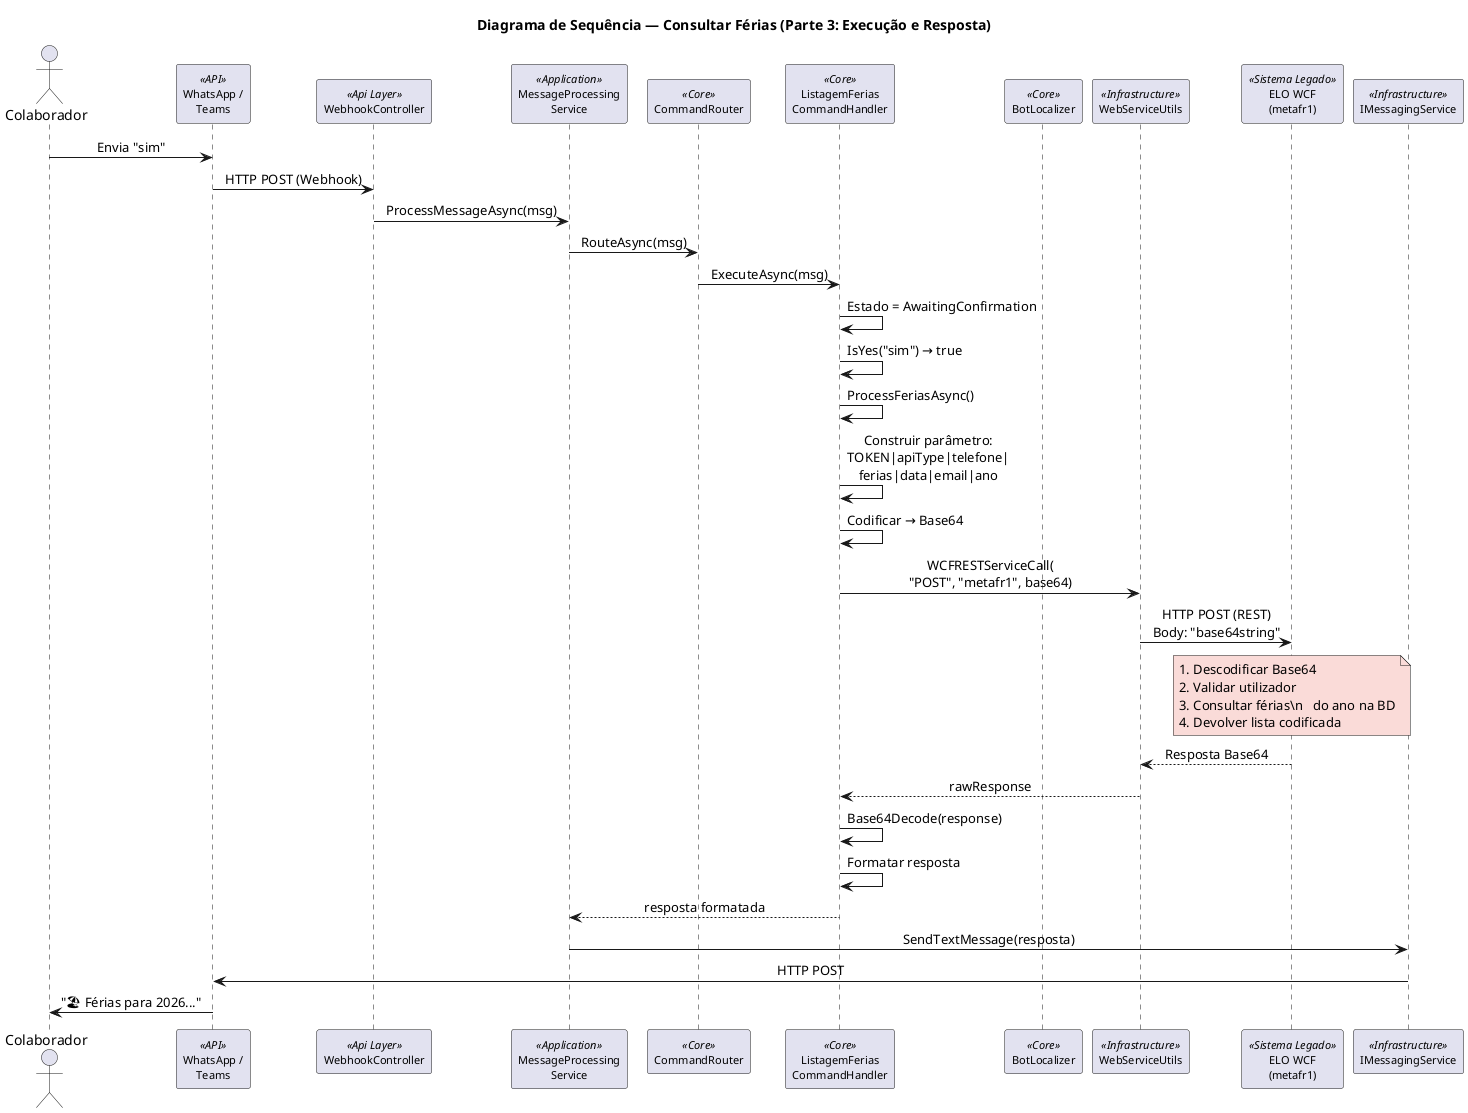
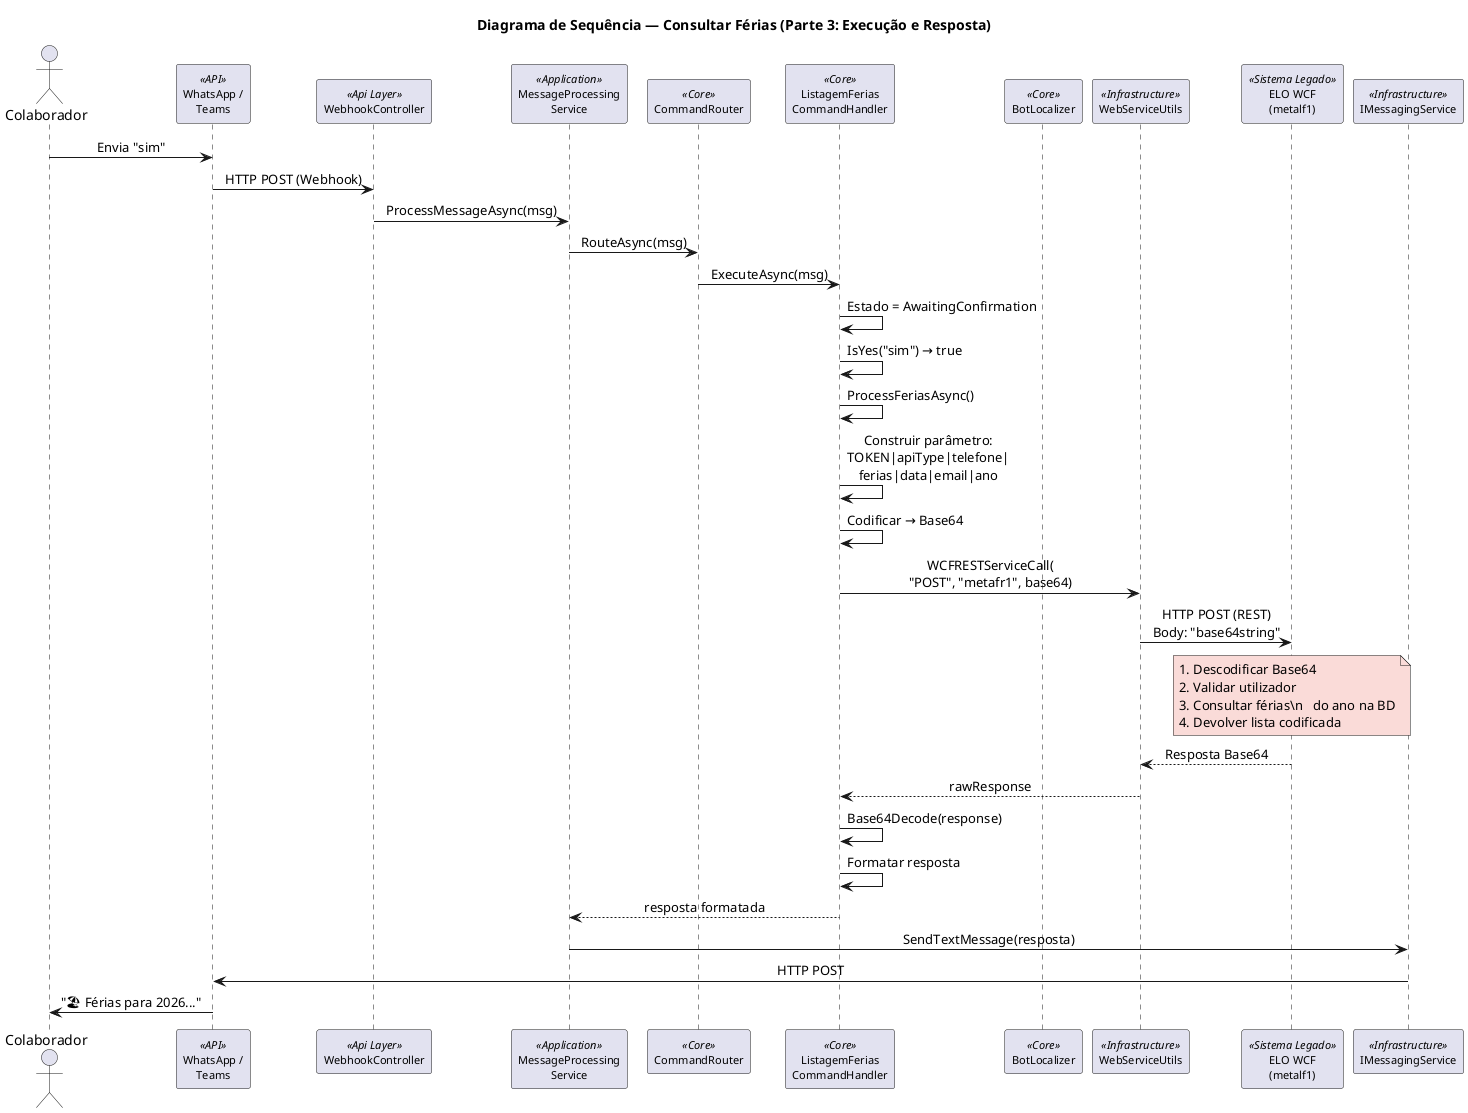
@startuml sequencia_consultar_ferias_parte3
skinparam backgroundColor #FFFFFF
skinparam shadowing false
skinparam defaultFontName "Segoe UI"
skinparam sequenceMessageAlign center
skinparam maxMessageSize 220
skinparam sequenceParticipantFontSize 11
skinparam sequenceMessageFontSize 11

title Diagrama de Sequência — Consultar Férias (Parte 3: Execução e Resposta)

actor "Colaborador" as user
participant "WhatsApp /\nTeams" as api <<API>>
participant "WebhookController" as ctrl <<Api Layer>>
participant "MessageProcessing\nService" as mps <<Application>>
participant "CommandRouter" as router <<Core>>
participant "ListagemFerias\nCommandHandler" as ferCmd <<Core>>
participant "BotLocalizer" as localizer <<Core>>
participant "WebServiceUtils" as ws <<Infrastructure>>
- participant "ELO WCF\n(metafr1)" as elo <<Sistema Legado>>
+ participant "ELO WCF\n(metalf1)" as elo <<Sistema Legado>>
participant "IMessagingService" as msgSvc <<Infrastructure>>

' ─── Etapa 3: Confirmação ─────────────────────────────────

user -> api : Envia "sim"
api -> ctrl : HTTP POST (Webhook)
ctrl -> mps : ProcessMessageAsync(msg)
mps -> router : RouteAsync(msg)
router -> ferCmd : ExecuteAsync(msg)

ferCmd -> ferCmd : Estado = AwaitingConfirmation
ferCmd -> ferCmd : IsYes("sim") → true

ferCmd -> ferCmd : ProcessFeriasAsync()

ferCmd -> ferCmd : Construir parâmetro:\nTOKEN|apiType|telefone|\nferias|data|email|ano

ferCmd -> ferCmd : Codificar → Base64

ferCmd -> ws : WCFRESTServiceCall(\n"POST", "metafr1", base64)

ws -> elo : HTTP POST (REST)\nBody: "base64string"

note over elo #FADBD8
  1. Descodificar Base64
  2. Validar utilizador
  3. Consultar férias\n   do ano na BD
  4. Devolver lista codificada
end note

elo --> ws : Resposta Base64

ws --> ferCmd : rawResponse

ferCmd -> ferCmd : Base64Decode(response)
ferCmd -> ferCmd : Formatar resposta

ferCmd --> mps : resposta formatada
mps -> msgSvc : SendTextMessage(resposta)
msgSvc -> api : HTTP POST
api -> user : "🏖️ Férias para 2026..."

@enduml
